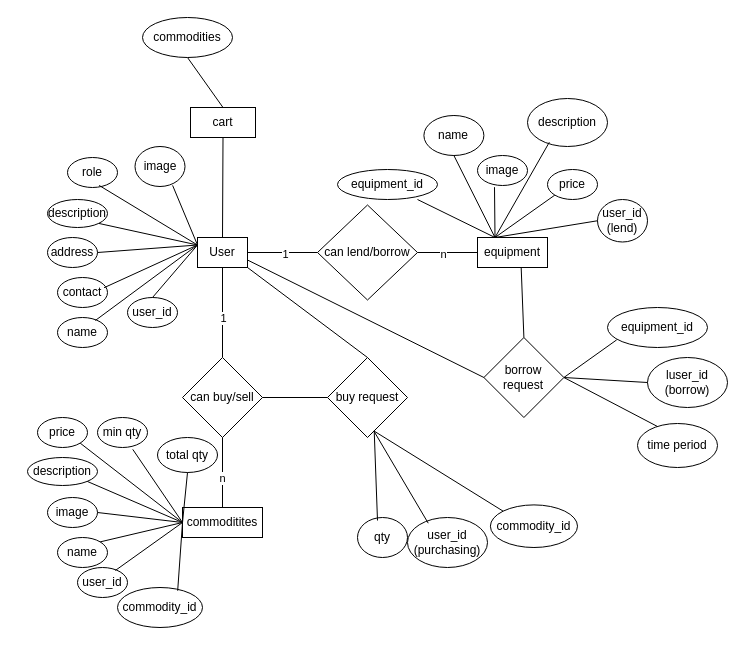
This is bharatRanch.drawio from jasjeev013/bharat-ranch, a draw.io file, before an edit. Source tidied: cells renumbered, new cells numbered last; positions are measured from the earlier drawing's top-left corner, leaving out a move shared by most shapes. Both pictures are drawn from the tidied source at 100%, with x=0, y=0 at pixel (27, 17).
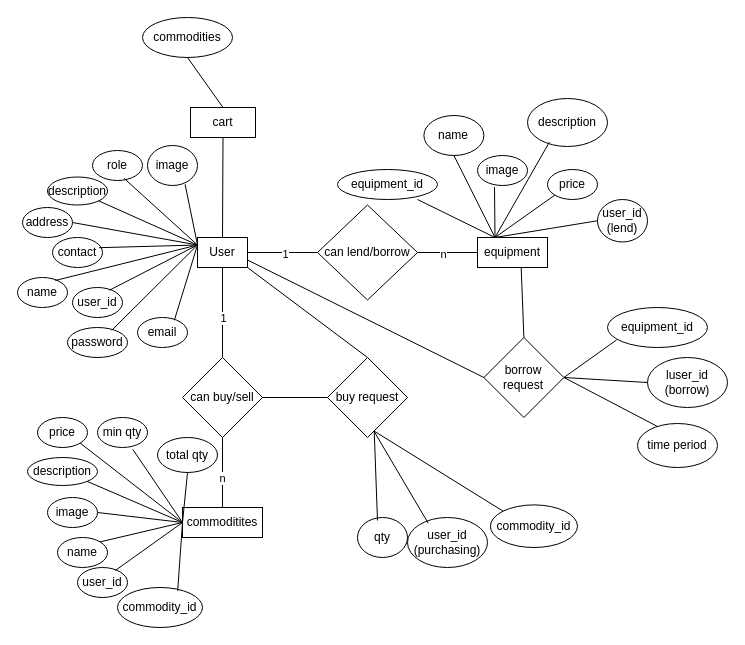
Above is the later version.

Unchanged cells that the change refers to:
```xml
<mxCell id="2" value="User" style="rounded=0;whiteSpace=wrap;html=1;" parent="1" vertex="1">
  <mxGeometry x="170" y="220" width="50" height="30" as="geometry" />
</mxCell>
```

The edit, as a diff of the source:
```diff
@@
     <mxCell id="3" value="user_id" style="ellipse;whiteSpace=wrap;html=1;" parent="1" vertex="1">
-      <mxGeometry x="100" y="280" width="50" height="30" as="geometry" />
+      <mxGeometry x="45" y="270" width="50" height="30" as="geometry" />
     </mxCell>
-    <mxCell id="4" style="endArrow=none;html=1;rounded=0;entryX=0.5;entryY=0;entryDx=0;entryDy=0;exitX=0;exitY=0.25;exitDx=0;exitDy=0;" parent="1" edge="1" source="2" target="3">
+    <mxCell id="4" style="endArrow=none;html=1;rounded=0;entryX=0.737;entryY=0.092;entryDx=0;entryDy=0;exitX=0;exitY=0.25;exitDx=0;exitDy=0;entryPerimeter=0;" parent="1" edge="1" source="2" target="3">
       <mxGeometry relative="1" as="geometry" />
     </mxCell>
     <mxCell id="5" value="name" style="ellipse;whiteSpace=wrap;html=1;" parent="1" vertex="1">
-      <mxGeometry x="30" y="300" width="50" height="30" as="geometry" />
+      <mxGeometry x="-10" y="260" width="50" height="30" as="geometry" />
     </mxCell>
@@
     <mxCell id="7" value="contact" style="ellipse;whiteSpace=wrap;html=1;" parent="1" vertex="1">
-      <mxGeometry x="30" y="260" width="50" height="30" as="geometry" />
+      <mxGeometry x="25" y="220" width="50" height="30" as="geometry" />
     </mxCell>
@@
     <mxCell id="9" value="address" style="ellipse;whiteSpace=wrap;html=1;" parent="1" vertex="1">
-      <mxGeometry x="20" y="220" width="50" height="30" as="geometry" />
+      <mxGeometry x="-5" y="190" width="50" height="30" as="geometry" />
     </mxCell>
@@
     <mxCell id="11" value="description" style="ellipse;whiteSpace=wrap;html=1;" parent="1" vertex="1">
-      <mxGeometry x="20" y="182" width="60" height="28" as="geometry" />
+      <mxGeometry x="20" y="159.5" width="60" height="28" as="geometry" />
     </mxCell>
@@
     <mxCell id="19" value="role" style="ellipse;whiteSpace=wrap;html=1;" parent="1" vertex="1">
-      <mxGeometry x="40" y="140" width="50" height="30" as="geometry" />
+      <mxGeometry x="65" y="133" width="50" height="30" as="geometry" />
     </mxCell>
@@
     <mxCell id="77" value="image" style="ellipse;whiteSpace=wrap;html=1;" parent="1" vertex="1">
-      <mxGeometry x="107.5" y="129" width="50" height="40" as="geometry" />
+      <mxGeometry x="120" y="128" width="50" height="40" as="geometry" />
     </mxCell>
@@
+    <mxCell id="79" value="password" style="ellipse;whiteSpace=wrap;html=1;" parent="1" vertex="1">
+      <mxGeometry x="40" y="310" width="60" height="30" as="geometry" />
+    </mxCell>
+    <mxCell id="80" style="endArrow=none;html=1;rounded=0;entryX=0.737;entryY=0.092;entryDx=0;entryDy=0;exitX=0;exitY=0.25;exitDx=0;exitDy=0;entryPerimeter=0;" parent="1" edge="1" source="2" target="79">
+      <mxGeometry relative="1" as="geometry" />
+    </mxCell>
+    <mxCell id="81" value="email" style="ellipse;whiteSpace=wrap;html=1;" parent="1" vertex="1">
+      <mxGeometry x="110" y="300" width="50" height="30" as="geometry" />
+    </mxCell>
+    <mxCell id="82" style="endArrow=none;html=1;rounded=0;entryX=0.737;entryY=0.092;entryDx=0;entryDy=0;exitX=0;exitY=0.25;exitDx=0;exitDy=0;entryPerimeter=0;" parent="1" edge="1" source="2" target="81">
+      <mxGeometry relative="1" as="geometry" />
+    </mxCell>
```
